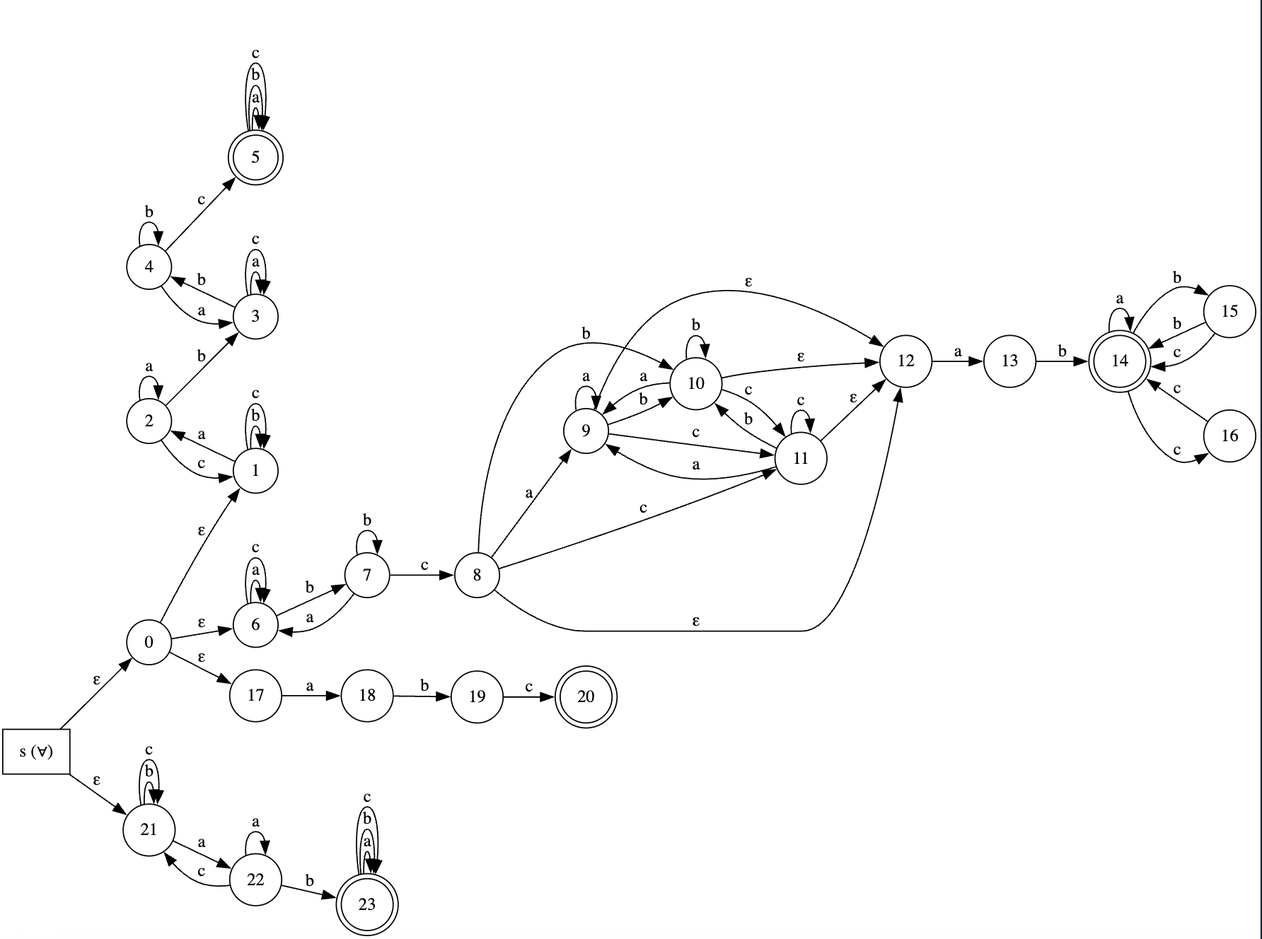
Before: lab2/img/afa.png, a diagram exported from Graphviz (Prrromanssss/formal-languages-labs). Its source is kept beside it as lab2/dot/afa.dot.
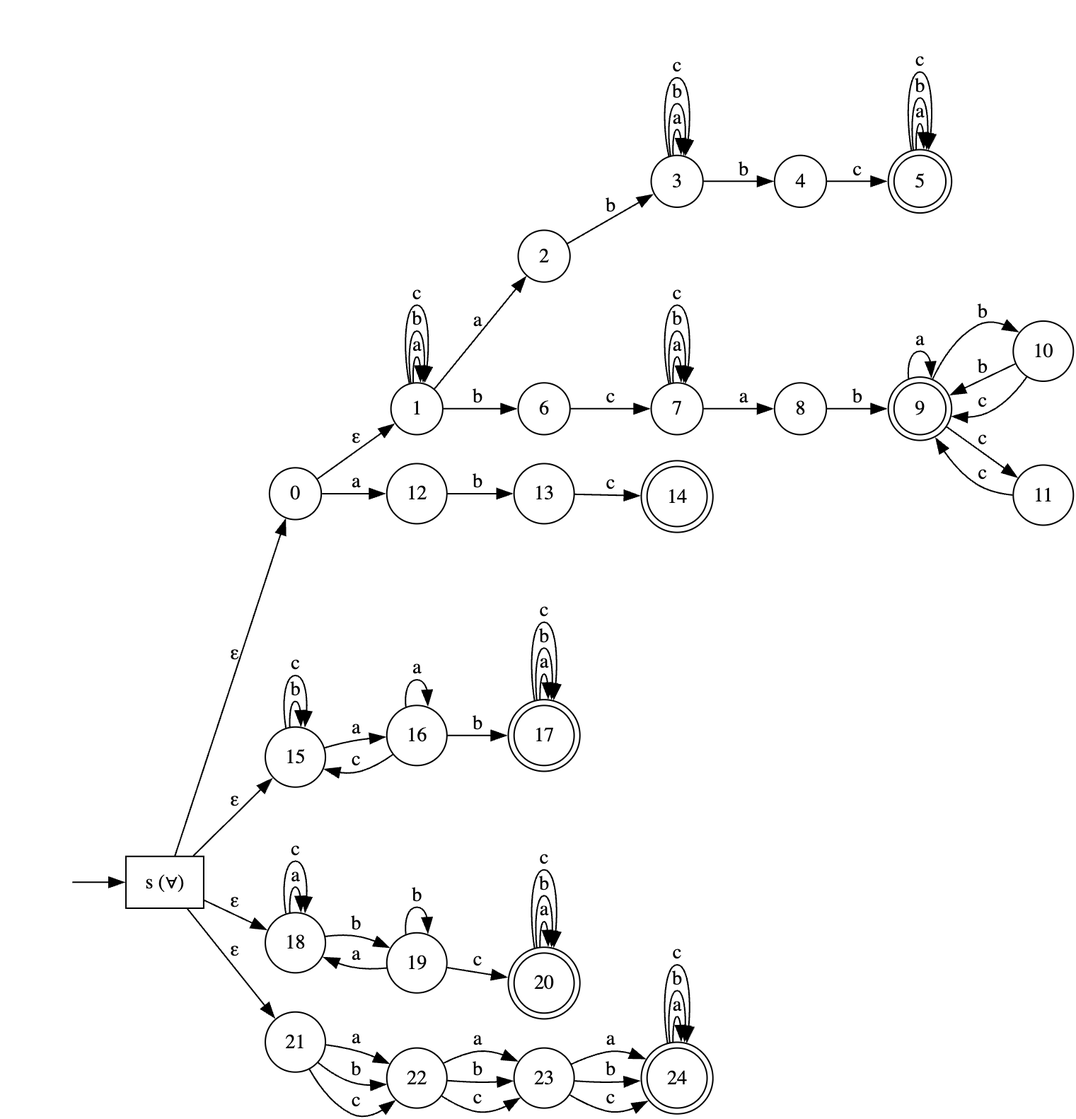
Above is the later version.

What changed in the source:
```diff
@@ -1,91 +1,99 @@
 digraph AFA {
     rankdir=LR;
 
-    node [shape = doublecircle]; 5 14 20 23;
+    node [shape = doublecircle]; 5 9 14 17 20 24;
     node [shape = circle];
 
     s [shape=box,label="s (∀)"];
 
-    s -> 0  [label="ε"];
-    s -> 21 [label="ε"];
+    "" [shape=none,label=""];
+    "" -> s;
 
-    0 -> 1  [label="ε"];   // (a*b*c*)*ab(a*b*c*)*bc(a|b|c)*
-    0 -> 6  [label="ε"];   // (a|b|c)*bc(a*b*c*)*ab(a|bc|cc|bb)*
-    0 -> 17 [label="ε"];   // abc
+    s -> 0  [label="ε"];  // НКА
+    s -> 15 [label="ε"];  // Инвариант 1
+    s -> 18 [label="ε"];  // Инвариант 2
+    s -> 21 [label="ε"];  // Инвариант 3
 
-    1 -> 2 [label="a"];
+    0 -> 1  [label="ε"];
+    0 -> 12 [label="a"];
+
+    12 -> 13 [label="b"];
+    13 -> 14 [label="c"];
+
+    1 -> 1 [label="a"];
     1 -> 1 [label="b"];
     1 -> 1 [label="c"];
 
+    1 -> 2 [label="a"];
     2 -> 3 [label="b"];
-    2 -> 2 [label="a"];
-    2 -> 1 [label="c"];
+
+    3 -> 3 [label="a"];
+    3 -> 3 [label="b"];
+    3 -> 3 [label="c"];
 
     3 -> 4 [label="b"];
-    3 -> 3 [label="a"];
-    3 -> 3 [label="c"];
-
     4 -> 5 [label="c"];
-    4 -> 4 [label="b"];
-    4 -> 3 [label="a"];
 
     5 -> 5 [label="a"];
     5 -> 5 [label="b"];
     5 -> 5 [label="c"];
 
-    6 -> 7 [label="b"];
-    6 -> 6 [label="a"];
-    6 -> 6 [label="c"];
+    1 -> 6 [label="b"];
+    6 -> 7 [label="c"];
 
-    7 -> 8 [label="c"];
+    7 -> 7 [label="a"];
     7 -> 7 [label="b"];
-    7 -> 6 [label="a"];
+    7 -> 7 [label="c"];
 
-    8  -> 9  [label="a"];
-    8  -> 10 [label="b"];
-    8  -> 11 [label="c"];
-    8  -> 12 [label="ε"];
+    7 -> 8 [label="a"];
+    8 -> 9 [label="b"];
 
-    9  -> 9  [label="a"];
+    9 -> 9  [label="a"];
+
     9  -> 10 [label="b"];
+    10 -> 9  [label="b"];
+    10 -> 9  [label="c"];
+
     9  -> 11 [label="c"];
-    9  -> 12 [label="ε"];
+    11 -> 9  [label="c"];
 
-    10 -> 9  [label="a"];
-    10 -> 10 [label="b"];
-    10 -> 11 [label="c"];
-    10 -> 12 [label="ε"];
+    15 -> 16 [label="a"];
+    15 -> 15 [label="b"];
+    15 -> 15 [label="c"];
 
-    11 -> 9  [label="a"];
-    11 -> 10 [label="b"];
-    11 -> 11 [label="c"];
-    11 -> 12 [label="ε"];
+    16 -> 16 [label="a"];
+    16 -> 17 [label="b"];
+    16 -> 15 [label="c"];
 
-    12 -> 13 [label="a"];
-    13 -> 14 [label="b"];
+    17 -> 17 [label="a"];
+    17 -> 17 [label="b"];
+    17 -> 17 [label="c"];
 
-    14 -> 14 [label="a"];
-    14 -> 15 [label="b"];
-    14 -> 16 [label="c"];
+    18 -> 19 [label="b"];
+    18 -> 18 [label="a"];
+    18 -> 18 [label="c"];
 
-    15 -> 14 [label="b"];
-    15 -> 14 [label="c"];
+    19 -> 20 [label="c"];
+    19 -> 19 [label="b"];
+    19 -> 18 [label="a"];
 
-    16 -> 14 [label="c"];
-
-    17 -> 18 [label="a"];
-    18 -> 19 [label="b"];
-    19 -> 20 [label="c"];
+    20 -> 20 [label="a"];
+    20 -> 20 [label="b"];
+    20 -> 20 [label="c"];
 
     21 -> 22 [label="a"];
-    21 -> 21 [label="b"];
-    21 -> 21 [label="c"];
+    21 -> 22 [label="b"];
+    21 -> 22 [label="c"];
 
-    22 -> 22 [label="a"];
+    22 -> 23 [label="a"];
     22 -> 23 [label="b"];
-    22 -> 21 [label="c"];
+    22 -> 23 [label="c"];
 
-    23 -> 23 [label="a"];
-    23 -> 23 [label="b"];
-    23 -> 23 [label="c"];
+    23 -> 24 [label="a"];
+    23 -> 24 [label="b"];
+    23 -> 24 [label="c"];
+
+    24 -> 24 [label="a"];
+    24 -> 24 [label="b"];
+    24 -> 24 [label="c"];
 }
```
